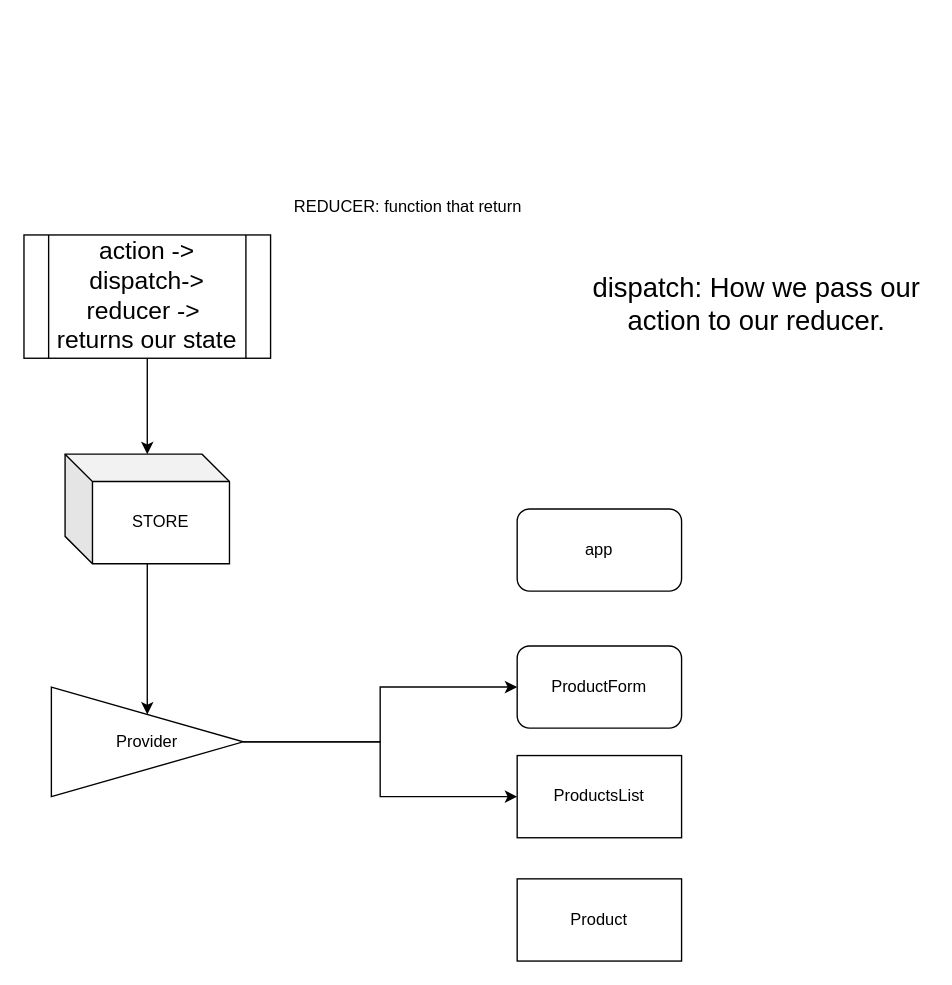
Earlier version of the draw.io diagram NodeTree.drawio (Ejguzman3988/bodega-redux). Source tidied: cells renumbered, new cells numbered last; positions are measured from the earlier drawing's top-left corner, leaving out a move shared by most shapes. Both pictures are drawn from the tidied source at 137%, with x=0, y=0 at pixel (23, 138).
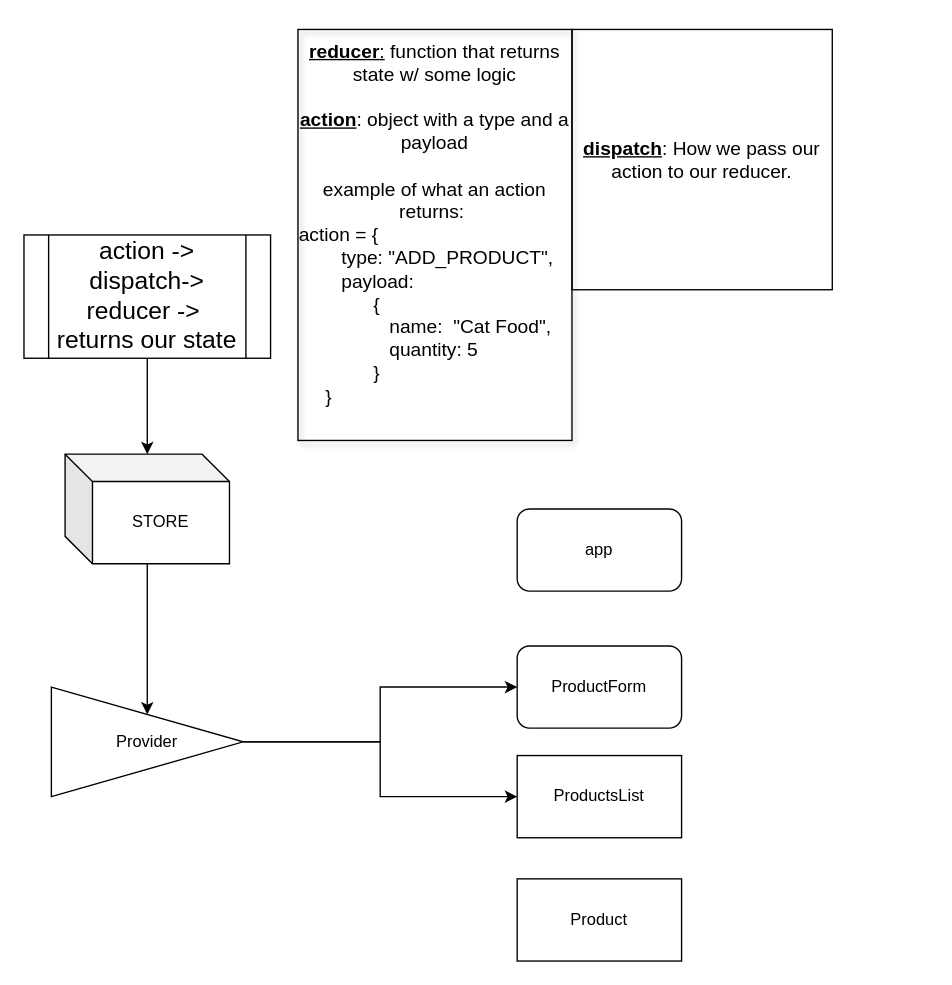
The same page after the edit.

Commit message (it also covers changes not shown here):
Fixes NodeTree.draw.io adds a NodeTree.png for easier  viewing.

The edit, as a diff of the source:
```diff
@@
-<mxGraphModel>
+<mxGraphModel background="#FFFFFF">
   <root>
     <mxCell id="0" />
     <mxCell id="1" parent="0" />
     <mxCell id="2" value="app" style="rounded=1;whiteSpace=wrap;html=1;" parent="1" vertex="1">
       <mxGeometry x="360" y="270" width="120" height="60" as="geometry" />
     </mxCell>
     <mxCell id="3" value="ProductsList" style="rounded=0;whiteSpace=wrap;html=1;" parent="1" vertex="1">
       <mxGeometry x="360" y="450" width="120" height="60" as="geometry" />
     </mxCell>
     <mxCell id="4" value="Product&lt;br&gt;" style="rounded=0;whiteSpace=wrap;html=1;" parent="1" vertex="1">
       <mxGeometry x="360" y="540" width="120" height="60" as="geometry" />
     </mxCell>
     <mxCell id="5" value="ProductForm&lt;br&gt;" style="rounded=1;whiteSpace=wrap;html=1;" parent="1" vertex="1">
       <mxGeometry x="360" y="370" width="120" height="60" as="geometry" />
     </mxCell>
     <mxCell id="6" style="edgeStyle=orthogonalEdgeStyle;rounded=0;jettySize=auto;html=1;entryX=0.5;entryY=0;entryDx=0;entryDy=0;" parent="1" edge="1" source="7" target="13">
       <mxGeometry relative="1" as="geometry" />
     </mxCell>
     <mxCell id="7" value="STORE" style="shape=cube;whiteSpace=wrap;html=1;boundedLbl=1;backgroundOutline=1;darkOpacity=0.05;darkOpacity2=0.1;" parent="1" vertex="1">
       <mxGeometry x="30" y="230" width="120" height="80" as="geometry" />
     </mxCell>
     <mxCell id="8" style="edgeStyle=orthogonalEdgeStyle;rounded=0;jettySize=auto;html=1;" parent="1" edge="1" source="9" target="7">
       <mxGeometry relative="1" as="geometry" />
     </mxCell>
     <mxCell id="9" value="&lt;font style=&quot;font-size: 18px&quot;&gt;action -&amp;gt; dispatch-&amp;gt; reducer -&amp;gt;&amp;nbsp;&lt;br&gt;returns our state&lt;br&gt;&lt;/font&gt;" style="shape=process;whiteSpace=wrap;html=1;backgroundOutline=1;" parent="1" vertex="1">
       <mxGeometry y="70" width="180" height="90" as="geometry" />
     </mxCell>
-    <mxCell id="10" value="&lt;font style=&quot;font-size: 20px&quot;&gt;dispatch: How we pass our action to our reducer.&lt;/font&gt;" style="text;html=1;strokeColor=none;fillColor=none;align=center;verticalAlign=middle;whiteSpace=wrap;rounded=0;" parent="1" vertex="1">
-      <mxGeometry x="410" width="250" height="240" as="geometry" />
+    <mxCell id="10" value="&lt;font style=&quot;font-size: 14px&quot;&gt;&lt;u&gt;&lt;b&gt;dispatch&lt;/b&gt;&lt;/u&gt;: How we pass our action to our reducer.&lt;/font&gt;" style="text;html=1;align=center;verticalAlign=middle;whiteSpace=wrap;rounded=0;strokeColor=#000000;" parent="1" vertex="1">
+      <mxGeometry x="400" y="-80" width="190" height="190" as="geometry" />
     </mxCell>
     <mxCell id="11" style="edgeStyle=orthogonalEdgeStyle;rounded=0;jettySize=auto;html=1;" parent="1" edge="1" source="13" target="5">
       <mxGeometry relative="1" as="geometry" />
     </mxCell>
     <mxCell id="12" style="edgeStyle=orthogonalEdgeStyle;rounded=0;jettySize=auto;html=1;" parent="1" edge="1" source="13" target="3">
       <mxGeometry relative="1" as="geometry" />
     </mxCell>
     <mxCell id="13" value="Provider" style="triangle;whiteSpace=wrap;html=1;" parent="1" vertex="1">
       <mxGeometry x="20" y="400" width="140" height="80" as="geometry" />
     </mxCell>
-    <mxCell id="14" value="REDUCER: function that return" style="text;html=1;align=center;verticalAlign=middle;strokeColor=none;" parent="1" vertex="1">
-      <mxGeometry x="190" y="40" width="180" height="20" as="geometry" />
-    </mxCell>
+    <mxCell id="15" value="&lt;font style=&quot;font-size: 14px&quot;&gt;&lt;u&gt;&lt;b&gt;reducer&lt;/b&gt;:&lt;/u&gt; function that returns state w/ some logic&lt;br&gt;&lt;br&gt;&lt;u&gt;&lt;b&gt;action&lt;/b&gt;&lt;/u&gt;: object with a type and a payload&lt;br&gt;&lt;br&gt;example of what an action returns:&amp;nbsp;&lt;br&gt;&lt;div style=&quot;text-align: left&quot;&gt;&lt;span&gt;action = {&amp;nbsp;&lt;/span&gt;&lt;/div&gt;&lt;div style=&quot;text-align: left&quot;&gt;&lt;span&gt;&amp;nbsp; &amp;nbsp; &amp;nbsp; &amp;nbsp; type: &quot;ADD_PRODUCT&quot;,&lt;/span&gt;&lt;/div&gt;&lt;div style=&quot;text-align: left&quot;&gt;&lt;span&gt;&amp;nbsp; &amp;nbsp; &amp;nbsp; &amp;nbsp; payload:&lt;/span&gt;&lt;/div&gt;&lt;div style=&quot;text-align: left&quot;&gt;&lt;span&gt;&amp;nbsp; &amp;nbsp; &amp;nbsp; &amp;nbsp; &amp;nbsp; &amp;nbsp; &amp;nbsp; {&lt;/span&gt;&lt;/div&gt;&lt;div style=&quot;text-align: left&quot;&gt;&lt;span&gt;&amp;nbsp; &amp;nbsp; &amp;nbsp; &amp;nbsp; &amp;nbsp; &amp;nbsp; &amp;nbsp; &amp;nbsp; &amp;nbsp;name:&amp;nbsp; &quot;Cat Food&quot;,&lt;/span&gt;&lt;/div&gt;&lt;div style=&quot;text-align: left&quot;&gt;&lt;span&gt;&amp;nbsp; &amp;nbsp; &amp;nbsp; &amp;nbsp; &amp;nbsp; &amp;nbsp; &amp;nbsp; &amp;nbsp; &amp;nbsp;quantity: 5&lt;/span&gt;&lt;/div&gt;&lt;div style=&quot;text-align: left&quot;&gt;&lt;span&gt;&amp;nbsp; &amp;nbsp; &amp;nbsp; &amp;nbsp; &amp;nbsp; &amp;nbsp; &amp;nbsp; }&lt;/span&gt;&lt;/div&gt;&lt;div style=&quot;text-align: left&quot;&gt;&lt;span&gt;&amp;nbsp; &amp;nbsp; &amp;nbsp;}&lt;/span&gt;&lt;/div&gt;&lt;br&gt;&lt;/font&gt;" style="text;html=1;align=center;verticalAlign=middle;whiteSpace=wrap;rounded=0;shadow=1;strokeColor=#000000;" parent="1" vertex="1">
+      <mxGeometry x="200" y="-80" width="200" height="300" as="geometry" />
+    </mxCell>
   </root>
 </mxGraphModel>
```
